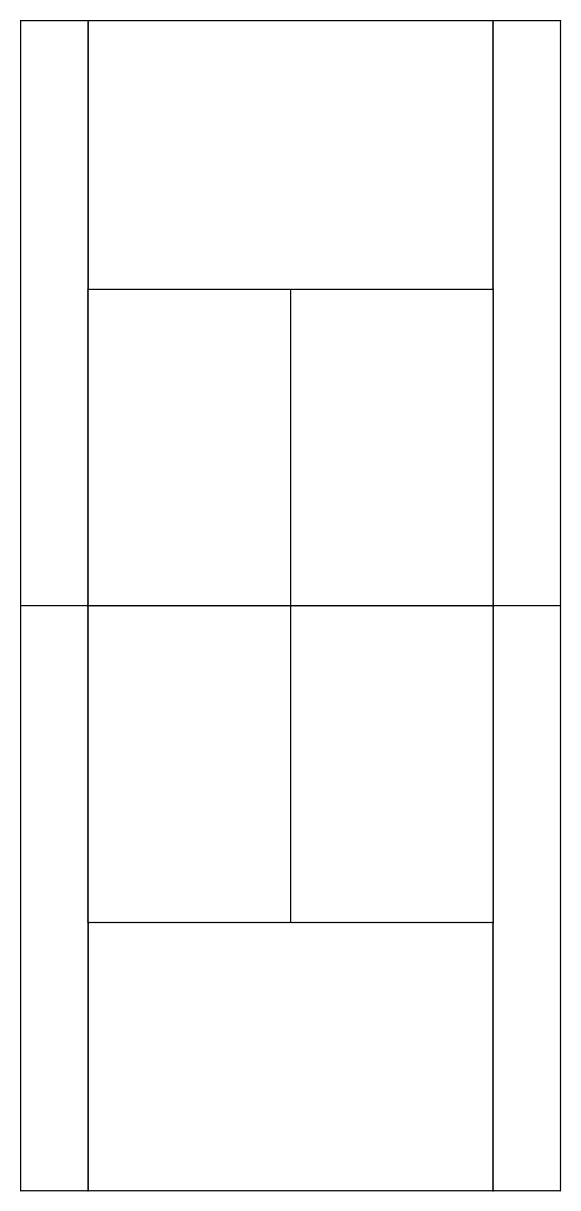
luwenzheng/tennis keeps this draw.io diagram as 个人学习.drawio. Above is the earlier version. Source tidied: cells renumbered, new cells numbered last; positions are measured from the earlier drawing's top-left corner, leaving out a move shared by most shapes. Both pictures are drawn from the tidied source at 125%, with x=0, y=0 at pixel (20, 20).
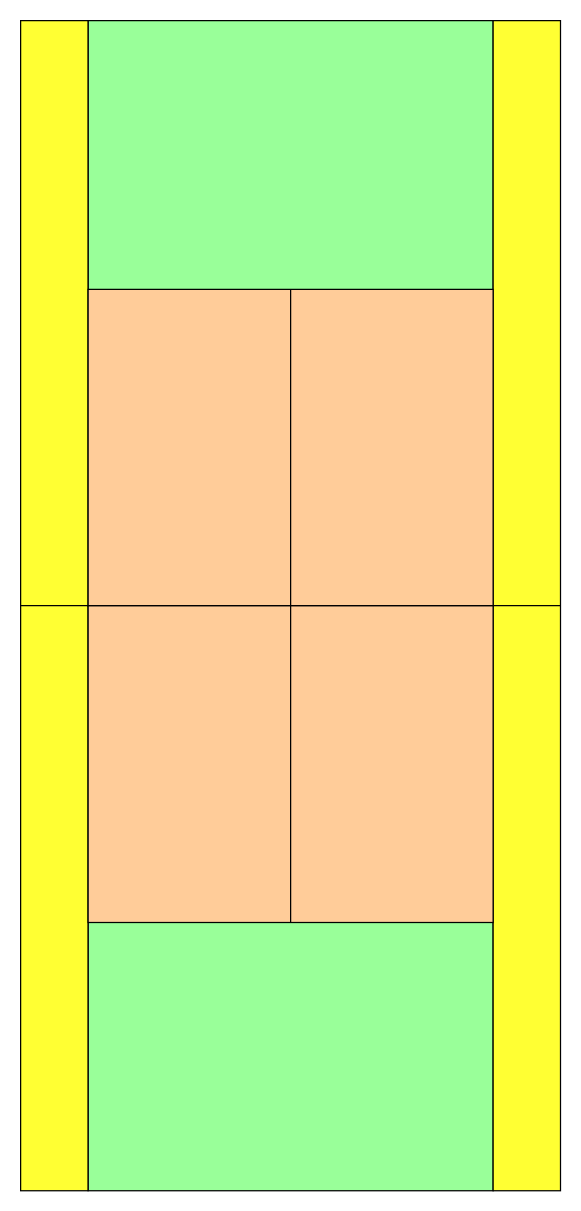
After the change.

Commit message (it also covers changes not shown here):
更新个人学习.drawio

The edit, as a diff of the source:
```diff
@@
 <mxGraphModel>
   <root>
     <mxCell id="0" />
     <mxCell id="1" parent="0" />
-    <mxCell id="2" style="rounded=0;whiteSpace=wrap;html=1;" parent="1" vertex="1">
+    <mxCell id="2" style="rounded=0;whiteSpace=wrap;html=1;fillColor=#99FF99;" parent="1" vertex="1">
       <mxGeometry x="54" width="324" height="936.1" as="geometry" />
     </mxCell>
-    <mxCell id="3" style="rounded=0;whiteSpace=wrap;html=1;" parent="1" vertex="1">
+    <mxCell id="3" style="rounded=0;whiteSpace=wrap;html=1;fillColor=#FFFF33;" parent="1" vertex="1">
       <mxGeometry x="378" width="53.9" height="936.1" as="geometry" />
     </mxCell>
     <mxCell id="4" style="edgeStyle=none;rounded=0;jettySize=auto;html=1;exitX=0;exitY=0.5;exitDx=0;exitDy=0;entryX=0;entryY=0;entryDx=0;entryDy=0;" parent="1" edge="1" source="5" target="7">
       <mxGeometry relative="1" as="geometry" />
     </mxCell>
-    <mxCell id="5" style="rounded=0;whiteSpace=wrap;html=1;" parent="1" vertex="1">
+    <mxCell id="5" style="rounded=0;whiteSpace=wrap;html=1;fillColor=#FFFF33;" parent="1" vertex="1">
       <mxGeometry width="53.9" height="936.1" as="geometry" />
     </mxCell>
-    <mxCell id="6" style="rounded=0;whiteSpace=wrap;html=1;" parent="1" vertex="1">
+    <mxCell id="6" style="rounded=0;whiteSpace=wrap;html=1;fillColor=#FFCC99;" parent="1" vertex="1">
       <mxGeometry x="54" y="215" width="324" height="253.5" as="geometry" />
     </mxCell>
-    <mxCell id="7" style="rounded=0;whiteSpace=wrap;html=1;" parent="1" vertex="1">
+    <mxCell id="7" style="rounded=0;whiteSpace=wrap;html=1;fillColor=#FFCC99;" parent="1" vertex="1">
       <mxGeometry x="54" y="468" width="324" height="253.5" as="geometry" />
     </mxCell>
     <mxCell id="8" style="endArrow=none;html=1;rounded=0;exitX=0;exitY=0.5;exitDx=0;exitDy=0;entryX=1;entryY=0.5;entryDx=0;entryDy=0;" parent="1" edge="1" source="5" target="3">
       <mxGeometry relative="1" as="geometry" />
     </mxCell>
     <mxCell id="9" style="endArrow=none;html=1;rounded=0;entryX=0.5;entryY=0;entryDx=0;entryDy=0;exitX=0.5;exitY=1;exitDx=0;exitDy=0;" parent="1" edge="1" source="7" target="6">
       <mxGeometry relative="1" as="geometry" />
     </mxCell>
   </root>
 </mxGraphModel>
```
